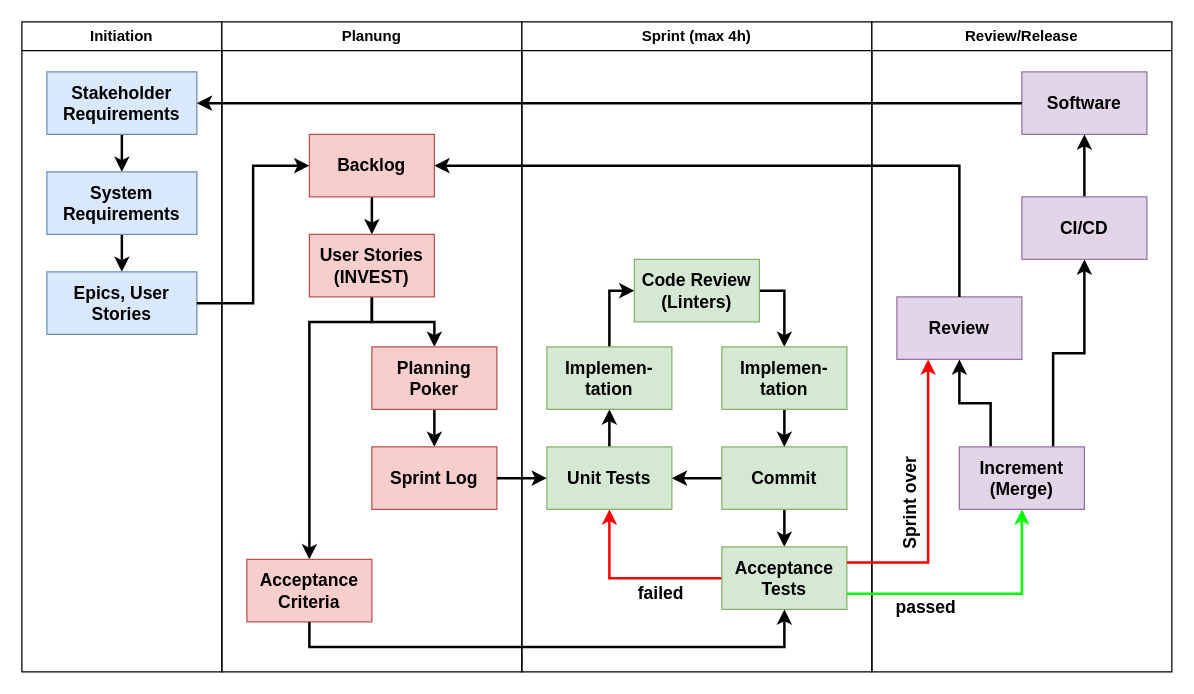
stolsky/ALoAA keeps this draw.io diagram as docs/res/process model.drawio. Above is the earlier version. Source tidied: cells renumbered, new cells numbered last; positions are measured from the earlier drawing's top-left corner, leaving out a move shared by most shapes. Both pictures are drawn from the tidied source at 125%, with x=0, y=0 at pixel (21, 21).
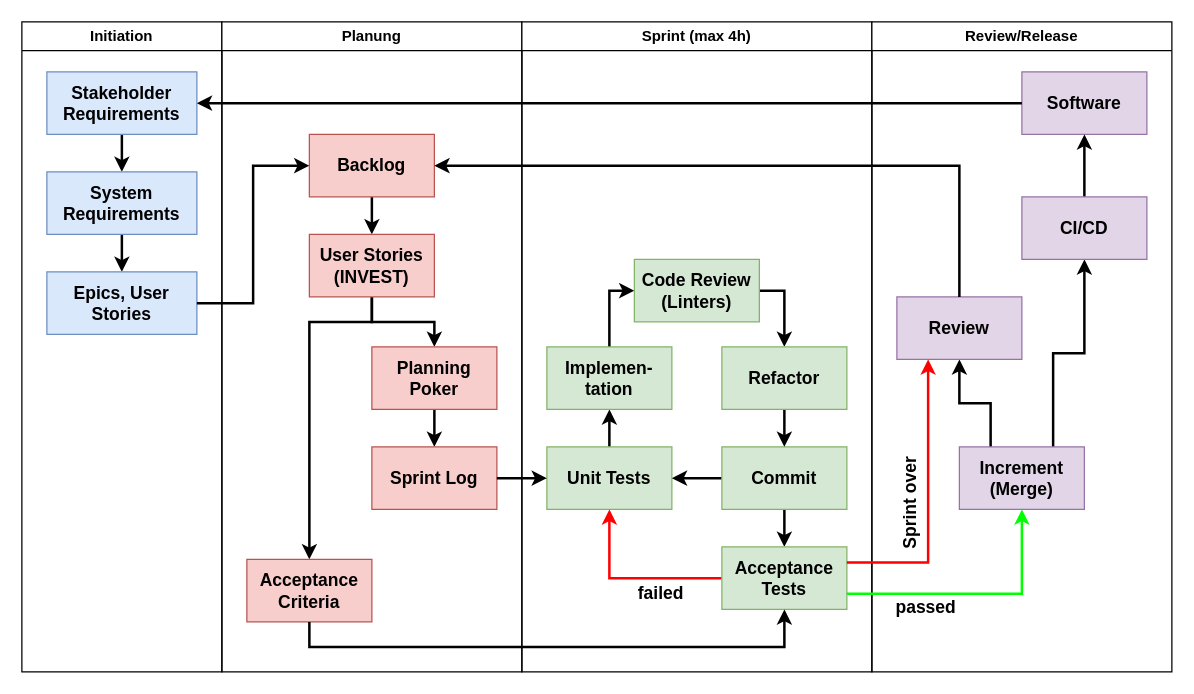
The same page after the edit.

The change refers to these unchanged cells:
```xml
<mxCell id="18" value="Sprint (max 4h)" style="swimlane;whiteSpace=wrap;html=1;" parent="1" vertex="1">
  <mxGeometry x="400" width="280" height="520" as="geometry" />
</mxCell>
```

What changed in the source:
```diff
@@
-    <mxCell id="29" value="&lt;b&gt;&lt;font style=&quot;font-size: 14px;&quot;&gt;Implemen-tation&lt;/font&gt;&lt;/b&gt;" style="rounded=0;whiteSpace=wrap;html=1;fillColor=#d5e8d4;strokeColor=#82b366;" parent="18" vertex="1">
+    <mxCell id="29" value="&lt;b&gt;&lt;font style=&quot;font-size: 14px;&quot;&gt;Refactor&lt;/font&gt;&lt;/b&gt;" style="rounded=0;whiteSpace=wrap;html=1;fillColor=#d5e8d4;strokeColor=#82b366;" parent="18" vertex="1">
       <mxGeometry x="160" y="260" width="100" height="50" as="geometry" />
     </mxCell>
```
